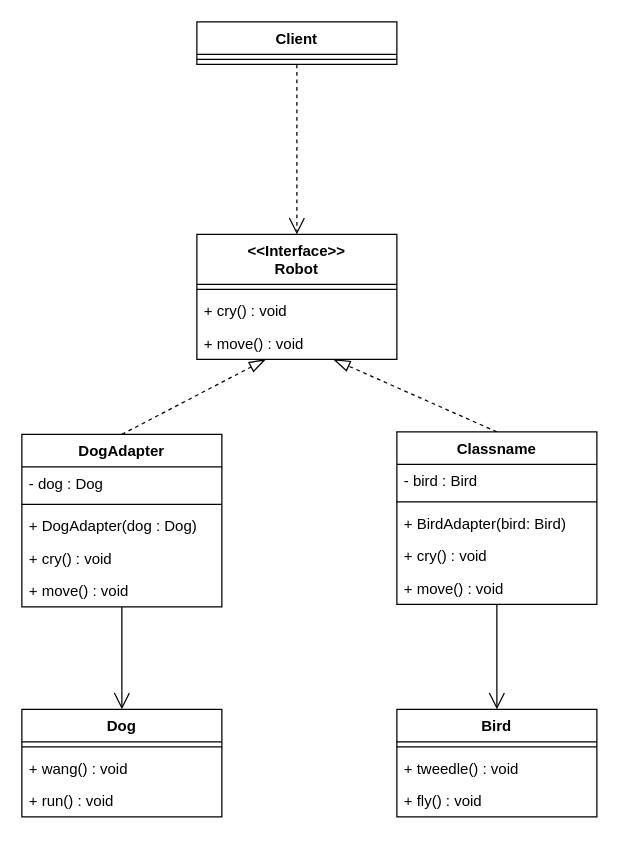
This is 对象适配器模式.drawio from MyBozai/Java, a draw.io file, before an edit. Source tidied: cells renumbered, new cells numbered last; positions are measured from the earlier drawing's top-left corner, leaving out a move shared by most shapes. Both pictures are drawn from the tidied source at 125%, with x=0, y=0 at pixel (21, 21).
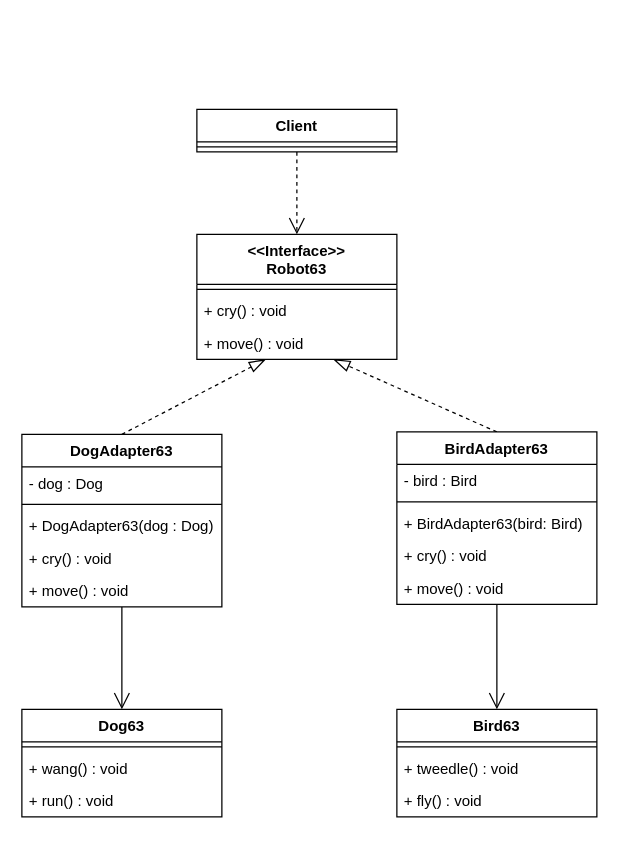
The same diagram, later.

Commit message (it also covers changes not shown here):
更新对象适配器模式.drawio

What changed in the source:
```diff
@@
     <mxCell id="3" value="Client" style="swimlane;fontStyle=1;align=center;verticalAlign=top;horizontal=1;startSize=26;whiteSpace=wrap;html=1;" parent="1" vertex="1">
-      <mxGeometry x="140" width="160" height="34" as="geometry" />
+      <mxGeometry x="140" y="70" width="160" height="34" as="geometry" />
     </mxCell>
@@
-    <mxCell id="5" value="&amp;lt;&amp;lt;Interface&amp;gt;&amp;gt;&lt;br&gt;Robot" style="swimlane;fontStyle=1;align=center;verticalAlign=top;horizontal=1;startSize=40;whiteSpace=wrap;html=1;" parent="1" vertex="1">
+    <mxCell id="5" value="&amp;lt;&amp;lt;Interface&amp;gt;&amp;gt;&lt;br&gt;Robot63" style="swimlane;fontStyle=1;align=center;verticalAlign=top;horizontal=1;startSize=40;whiteSpace=wrap;html=1;" parent="1" vertex="1">
       <mxGeometry x="140" y="170" width="160" height="100" as="geometry" />
     </mxCell>
@@
-    <mxCell id="10" value="DogAdapter" style="swimlane;fontStyle=1;align=center;verticalAlign=top;horizontal=1;startSize=26;whiteSpace=wrap;html=1;" parent="1" vertex="1">
+    <mxCell id="10" value="DogAdapter63" style="swimlane;fontStyle=1;align=center;verticalAlign=top;horizontal=1;startSize=26;whiteSpace=wrap;html=1;" parent="1" vertex="1">
       <mxGeometry y="330" width="160" height="138" as="geometry" />
     </mxCell>
@@
-    <mxCell id="13" value="+ DogAdapter(dog : Dog)" style="text;strokeColor=none;fillColor=none;align=left;verticalAlign=top;spacingLeft=4;spacingRight=4;overflow=hidden;whiteSpace=wrap;html=1;" parent="10" vertex="1">
+    <mxCell id="13" value="+ DogAdapter63(dog : Dog)" style="text;strokeColor=none;fillColor=none;align=left;verticalAlign=top;spacingLeft=4;spacingRight=4;overflow=hidden;whiteSpace=wrap;html=1;" parent="10" vertex="1">
       <mxGeometry y="60" width="160" height="26" as="geometry" />
     </mxCell>
@@
-    <mxCell id="18" value="Classname" style="swimlane;fontStyle=1;align=center;verticalAlign=top;horizontal=1;startSize=26;whiteSpace=wrap;html=1;" parent="1" vertex="1">
+    <mxCell id="18" value="BirdAdapter63" style="swimlane;fontStyle=1;align=center;verticalAlign=top;horizontal=1;startSize=26;whiteSpace=wrap;html=1;" parent="1" vertex="1">
       <mxGeometry x="300" y="328" width="160" height="138" as="geometry" />
     </mxCell>
@@
-    <mxCell id="21" value="+ BirdAdapter(bird: Bird)" style="text;strokeColor=none;fillColor=none;align=left;verticalAlign=top;spacingLeft=4;spacingRight=4;overflow=hidden;whiteSpace=wrap;html=1;" parent="18" vertex="1">
+    <mxCell id="21" value="+ BirdAdapter63(bird: Bird)" style="text;strokeColor=none;fillColor=none;align=left;verticalAlign=top;spacingLeft=4;spacingRight=4;overflow=hidden;whiteSpace=wrap;html=1;" parent="18" vertex="1">
       <mxGeometry y="60" width="160" height="26" as="geometry" />
     </mxCell>
@@
-    <mxCell id="24" value="Dog" style="swimlane;fontStyle=1;align=center;verticalAlign=top;horizontal=1;startSize=26;whiteSpace=wrap;html=1;" parent="1" vertex="1">
+    <mxCell id="24" value="Dog63" style="swimlane;fontStyle=1;align=center;verticalAlign=top;horizontal=1;startSize=26;whiteSpace=wrap;html=1;" parent="1" vertex="1">
       <mxGeometry y="550" width="160" height="86" as="geometry" />
     </mxCell>
@@
-    <mxCell id="28" value="Bird" style="swimlane;fontStyle=1;align=center;verticalAlign=top;horizontal=1;startSize=26;whiteSpace=wrap;html=1;" parent="1" vertex="1">
+    <mxCell id="28" value="Bird63" style="swimlane;fontStyle=1;align=center;verticalAlign=top;horizontal=1;startSize=26;whiteSpace=wrap;html=1;" parent="1" vertex="1">
       <mxGeometry x="300" y="550" width="160" height="86" as="geometry" />
     </mxCell>
```
